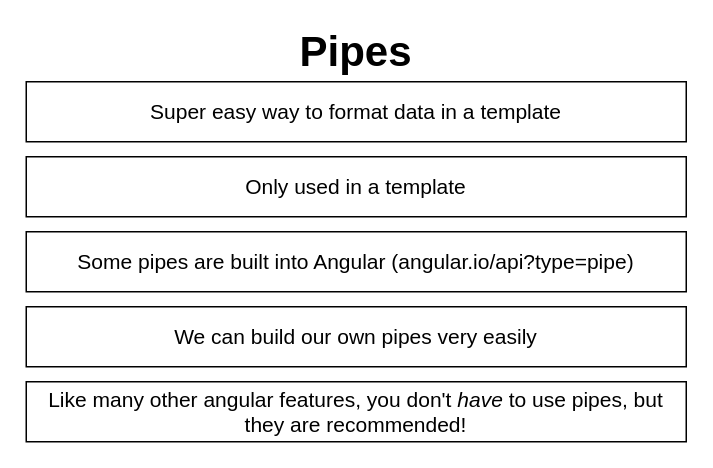
Above: diagrams/pipes/diagrams.drawio in StephenGrider/ng-casts (draw.io), before the change. Source tidied: cells renumbered, new cells numbered last; positions are measured from the earlier drawing's top-left corner, leaving out a move shared by most shapes. Both pictures are drawn from the tidied source at 150%, with x=0, y=0 at pixel (26, 36).
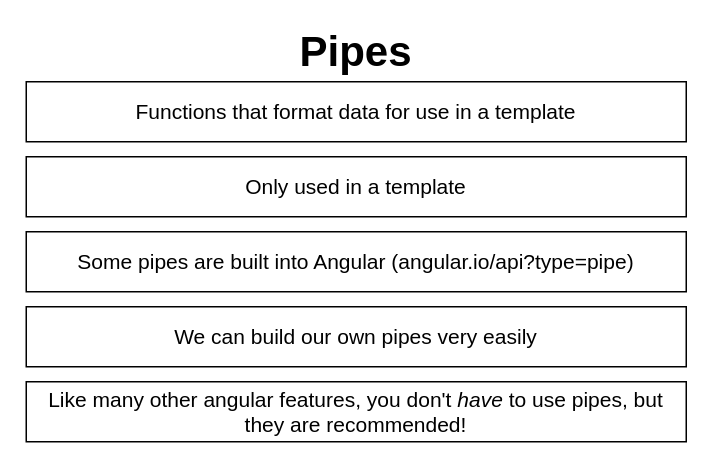
The same page after the edit.

The edit, as a diff of the source:
```diff
@@
 <mxGraphModel>
   <root>
     <mxCell id="0" />
     <mxCell id="1" parent="0" />
     <mxCell id="2" value="&lt;b style=&quot;font-size: 28px;&quot;&gt;Pipes&lt;/b&gt;" style="text;html=1;strokeColor=none;fillColor=none;align=center;verticalAlign=middle;whiteSpace=wrap;rounded=0;fontSize=28;" parent="1" vertex="1">
       <mxGeometry x="200" width="40" height="20" as="geometry" />
     </mxCell>
-    <mxCell id="3" value="Super easy way to format data in a template" style="rounded=0;whiteSpace=wrap;html=1;fontSize=14;" parent="1" vertex="1">
+    <mxCell id="3" value="Functions that format data for use in a template" style="rounded=0;whiteSpace=wrap;html=1;fontSize=14;" parent="1" vertex="1">
       <mxGeometry y="30" width="440" height="40" as="geometry" />
     </mxCell>
     <mxCell id="4" value="Only used in a template" style="rounded=0;whiteSpace=wrap;html=1;fontSize=14;" parent="1" vertex="1">
       <mxGeometry y="80" width="440" height="40" as="geometry" />
     </mxCell>
     <mxCell id="5" value="Some pipes are built into Angular (angular.io/api?type=pipe)" style="rounded=0;whiteSpace=wrap;html=1;fontSize=14;" parent="1" vertex="1">
       <mxGeometry y="130" width="440" height="40" as="geometry" />
     </mxCell>
     <mxCell id="6" value="We can build our own pipes very easily" style="rounded=0;whiteSpace=wrap;html=1;fontSize=14;" parent="1" vertex="1">
       <mxGeometry y="180" width="440" height="40" as="geometry" />
     </mxCell>
     <mxCell id="7" value="Like many other angular features, you don't &lt;i&gt;have&lt;/i&gt;&amp;nbsp;to use pipes, but they are recommended!" style="rounded=0;whiteSpace=wrap;html=1;fontSize=14;" parent="1" vertex="1">
       <mxGeometry y="230" width="440" height="40" as="geometry" />
     </mxCell>
   </root>
 </mxGraphModel>
```
